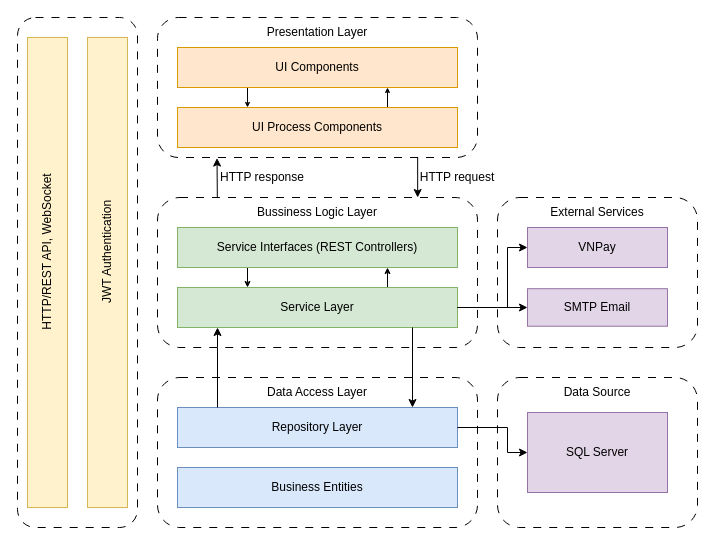
Earlier version of the draw.io diagram page "Architectural Diagram" (5 of 5) of docs/common_diagram.drawio (AnhTuan2111/RIMS). Source tidied: cells renumbered, new cells numbered last; positions are measured from the earlier drawing's top-left corner, leaving out a move shared by most shapes. Both pictures are drawn from the tidied source at 100%, with x=0, y=0 at pixel (-35, 17).
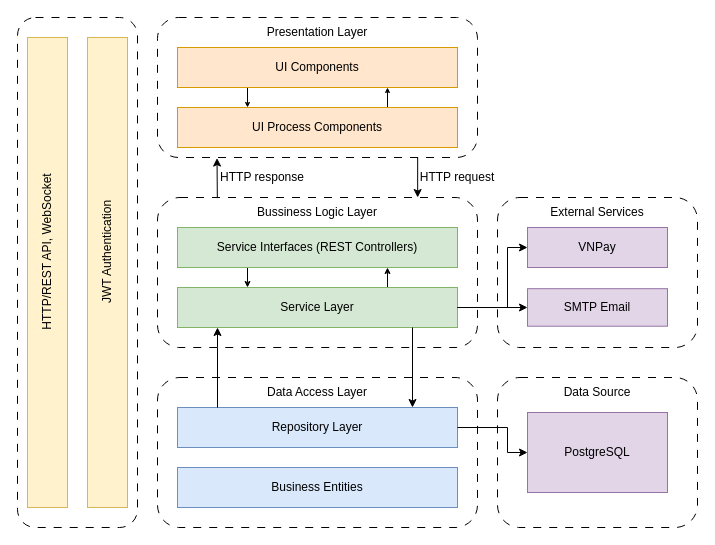
The same diagram, later.

What changed in the source:
```diff
@@
-    <mxCell id="29" value="SQL Server" style="rounded=0;whiteSpace=wrap;html=1;fillColor=#e1d5e7;strokeColor=#9673a6;" parent="1" vertex="1">
+    <mxCell id="29" value="PostgreSQL" style="rounded=0;whiteSpace=wrap;html=1;fillColor=#e1d5e7;strokeColor=#9673a6;" parent="1" vertex="1">
       <mxGeometry x="562" y="395" width="140" height="80" as="geometry" />
     </mxCell>
```
